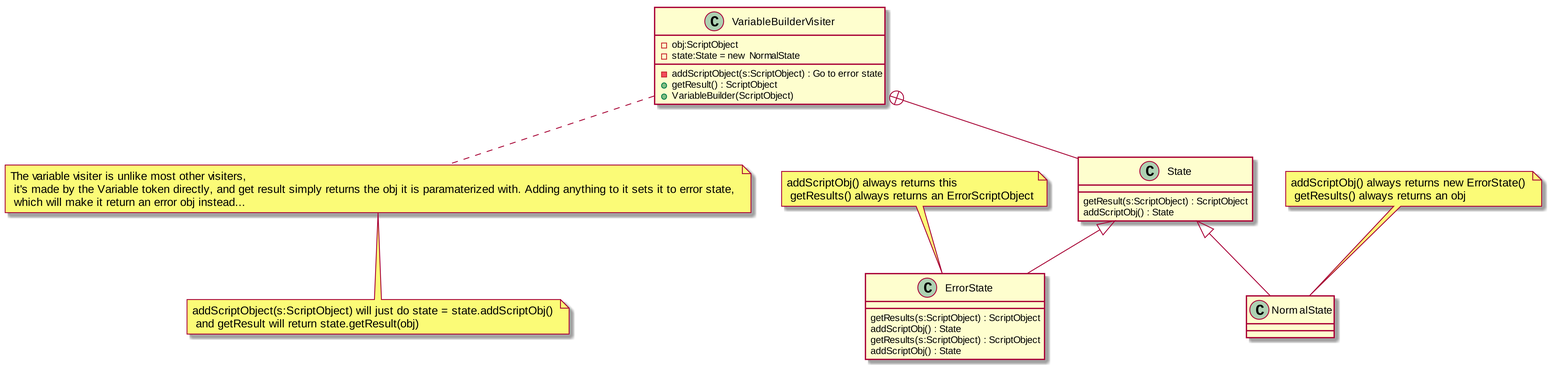
Before: Variablebuilder.png, a diagram exported from PlantUML (MatthewBregg/DesignPatternsRepo). The source it was exported from:
```plantuml
@startuml
skinparam dpi 300
class VariableBuilderVisiter
VariableBuilderVisiter : -addScriptObject(s:ScriptObject) : Go to error state
VariableBuilderVisiter : +getResult() : ScriptObject
VariableBuilderVisiter : -obj:ScriptObject
VariableBuilderVisiter : -state:State = new NormalState
VariableBuilderVisiter : +VariableBuilder(ScriptObject)

note bottom : The variable visiter is unlike most other visiters,\n it's made by the Variable token directly, and get result simply returns the obj it is paramaterized with. Adding anything to it sets it to error state, \n which will make it return an error obj instead...
note bottom : addScriptObject(s:ScriptObject) will just do state = state.addScriptObj() \n and getResult will return state.getResult(obj)
class State
State : getResult(s:ScriptObject) : ScriptObject
State : addScriptObj() : State

VariableBuilderVisiter +-- State

class ErrorState
ErrorState : getResults(s:ScriptObject) : ScriptObject
ErrorState : addScriptObj() : State

note top : addScriptObj() always returns this \n getResults() always returns an ErrorScriptObject

class NormalState
ErrorState : getResults(s:ScriptObject) : ScriptObject
ErrorState : addScriptObj() : State

State <|-- ErrorState
State <|-- NormalState

note top : addScriptObj() always returns new ErrorState() \n getResults() always returns an obj

@enduml
```
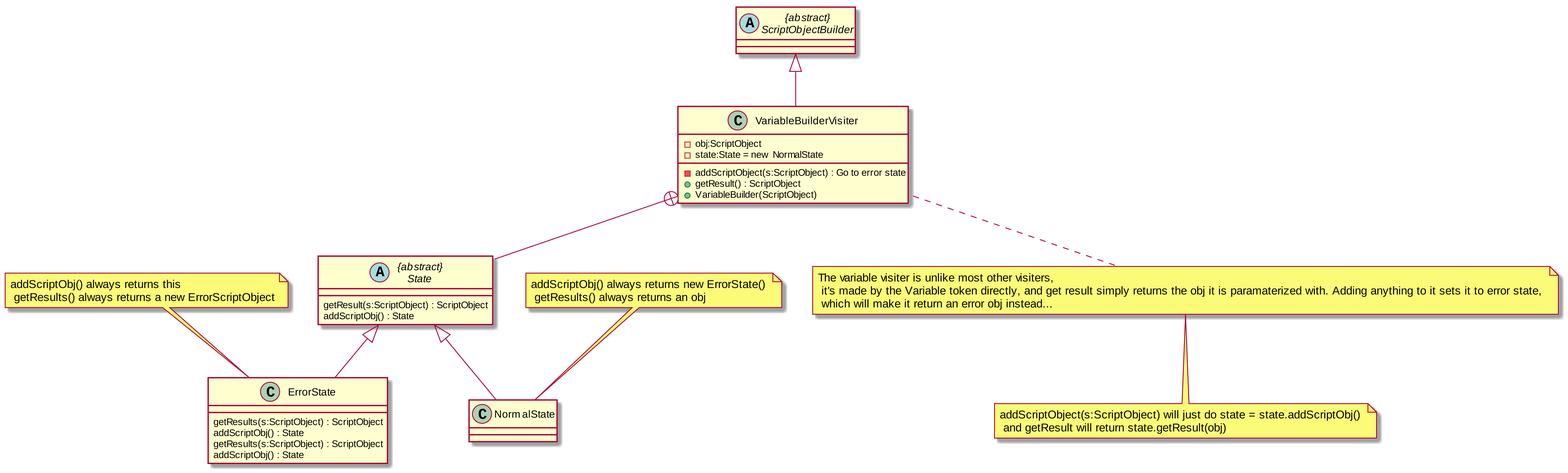
The same diagram one commit later.

Change to the diagram source:
```diff
@@ -1,6 +1,11 @@
 @startuml
 skinparam dpi 300
 class VariableBuilderVisiter
+
+abstract class ScriptObjectBuilder as "{abstract}\nScriptObjectBuilder"
+
+ScriptObjectBuilder <|-- VariableBuilderVisiter
+
 VariableBuilderVisiter : -addScriptObject(s:ScriptObject) : Go to error state
 VariableBuilderVisiter : +getResult() : ScriptObject
 VariableBuilderVisiter : -obj:ScriptObject
@@ -9,7 +14,8 @@
 
 note bottom : The variable visiter is unlike most other visiters,\n it's made by the Variable token directly, and get result simply returns the obj it is paramaterized with. Adding anything to it sets it to error state, \n which will make it return an error obj instead...
 note bottom : addScriptObject(s:ScriptObject) will just do state = state.addScriptObj() \n and getResult will return state.getResult(obj)
-class State
+
+abstract class State as "{abstract}\nState"
 State : getResult(s:ScriptObject) : ScriptObject
 State : addScriptObj() : State
 
@@ -19,7 +25,7 @@
 ErrorState : getResults(s:ScriptObject) : ScriptObject
 ErrorState : addScriptObj() : State
 
-note top : addScriptObj() always returns this \n getResults() always returns an ErrorScriptObject
+note top : addScriptObj() always returns this \n getResults() always returns a new ErrorScriptObject
 
 class NormalState
 ErrorState : getResults(s:ScriptObject) : ScriptObject
```
